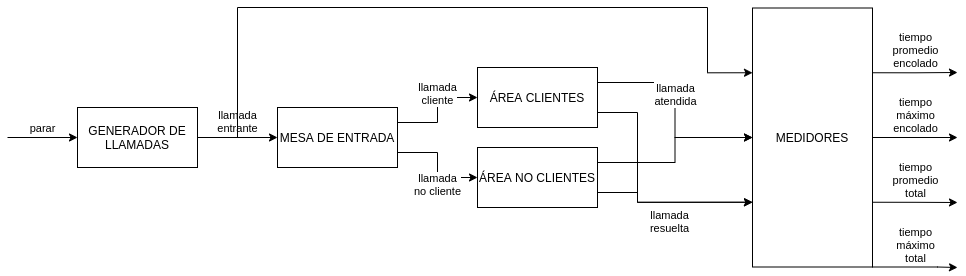
Above: imgs/SED2021-TP1-General.png in giselabelen/SED2021 (draw.io), before the change. Source tidied: cells renumbered, new cells last; positions are measured from the earlier drawing's top-left corner, leaving out a move shared by most shapes. Its diagram source:
```xml
<mxGraphModel>
  <root>
    <mxCell id="0" />
    <mxCell id="1" parent="0" />
    <mxCell id="2" value="llamada&lt;br&gt;entrante" style="edgeStyle=orthogonalEdgeStyle;rounded=0;jettySize=auto;html=1;verticalAlign=bottom;" parent="1" edge="1" source="4" target="8">
      <mxGeometry relative="1" as="geometry" />
    </mxCell>
    <mxCell id="3" style="edgeStyle=orthogonalEdgeStyle;rounded=0;jettySize=auto;html=1;exitX=1;exitY=0.5;exitDx=0;exitDy=0;verticalAlign=top;entryX=0;entryY=0.25;entryDx=0;entryDy=0;" parent="1" edge="1" source="4" target="19">
      <mxGeometry relative="1" as="geometry">
        <Array as="points">
          <mxPoint x="230" y="130" />
          <mxPoint x="230" />
          <mxPoint x="700" />
          <mxPoint x="700" y="65" />
        </Array>
      </mxGeometry>
    </mxCell>
    <mxCell id="4" value="GENERADOR DE LLAMADAS" style="rounded=0;whiteSpace=wrap;html=1;" parent="1" vertex="1">
      <mxGeometry x="70" y="100" width="120" height="60" as="geometry" />
    </mxCell>
    <mxCell id="5" value="parar" style="endArrow=classic;html=1;entryX=0;entryY=0.5;entryDx=0;entryDy=0;verticalAlign=bottom;" parent="1" edge="1" target="4">
      <mxGeometry relative="1" as="geometry">
        <mxPoint y="130" as="sourcePoint" />
      </mxGeometry>
    </mxCell>
    <mxCell id="6" value="llamada&lt;br&gt;cliente" style="edgeStyle=orthogonalEdgeStyle;rounded=0;jettySize=auto;html=1;exitX=1;exitY=0.25;exitDx=0;exitDy=0;verticalAlign=bottom;" parent="1" edge="1" source="8" target="11">
      <mxGeometry relative="1" as="geometry" />
    </mxCell>
    <mxCell id="7" value="llamada&lt;br&gt;no cliente" style="edgeStyle=orthogonalEdgeStyle;rounded=0;jettySize=auto;html=1;exitX=1;exitY=0.75;exitDx=0;exitDy=0;entryX=0;entryY=0.5;entryDx=0;entryDy=0;verticalAlign=top;" parent="1" edge="1" source="8" target="14">
      <mxGeometry relative="1" as="geometry" />
    </mxCell>
    <mxCell id="8" value="MESA DE ENTRADA" style="rounded=0;whiteSpace=wrap;html=1;" parent="1" vertex="1">
      <mxGeometry x="270" y="100" width="120" height="60" as="geometry" />
    </mxCell>
    <mxCell id="9" value="llamada&lt;br&gt;atendida" style="edgeStyle=orthogonalEdgeStyle;rounded=0;jettySize=auto;html=1;exitX=1;exitY=0.25;exitDx=0;exitDy=0;entryX=0;entryY=0.5;entryDx=0;entryDy=0;verticalAlign=bottom;" parent="1" edge="1" source="11" target="19">
      <mxGeometry relative="1" as="geometry" />
    </mxCell>
    <mxCell id="10" style="edgeStyle=orthogonalEdgeStyle;rounded=0;jettySize=auto;html=1;exitX=1;exitY=0.75;exitDx=0;exitDy=0;entryX=0;entryY=0.75;entryDx=0;entryDy=0;verticalAlign=bottom;" parent="1" edge="1" source="11" target="19">
      <mxGeometry relative="1" as="geometry">
        <Array as="points">
          <mxPoint x="630" y="105" />
          <mxPoint x="630" y="195" />
        </Array>
      </mxGeometry>
    </mxCell>
    <mxCell id="11" value="ÁREA CLIENTES" style="rounded=0;whiteSpace=wrap;html=1;" parent="1" vertex="1">
      <mxGeometry x="470" y="60" width="120" height="60" as="geometry" />
    </mxCell>
    <mxCell id="12" style="edgeStyle=orthogonalEdgeStyle;rounded=0;jettySize=auto;html=1;exitX=1;exitY=0.25;exitDx=0;exitDy=0;verticalAlign=top;entryX=0;entryY=0.5;entryDx=0;entryDy=0;" parent="1" edge="1" source="14" target="19">
      <mxGeometry relative="1" as="geometry" />
    </mxCell>
    <mxCell id="13" value="llamada&lt;br&gt;resuelta" style="edgeStyle=orthogonalEdgeStyle;rounded=0;jettySize=auto;html=1;exitX=1;exitY=0.75;exitDx=0;exitDy=0;entryX=0;entryY=0.75;entryDx=0;entryDy=0;verticalAlign=top;" parent="1" edge="1" source="14" target="19">
      <mxGeometry relative="1" as="geometry">
        <Array as="points">
          <mxPoint x="630" y="185" />
          <mxPoint x="630" y="195" />
        </Array>
      </mxGeometry>
    </mxCell>
    <mxCell id="14" value="ÁREA NO CLIENTES" style="rounded=0;whiteSpace=wrap;html=1;" parent="1" vertex="1">
      <mxGeometry x="470" y="140" width="120" height="60" as="geometry" />
    </mxCell>
    <mxCell id="15" value="tiempo&lt;br&gt;promedio&lt;br&gt;encolado" style="edgeStyle=orthogonalEdgeStyle;rounded=0;jettySize=auto;html=1;exitX=1;exitY=0.25;exitDx=0;exitDy=0;verticalAlign=bottom;" parent="1" edge="1" source="19">
      <mxGeometry relative="1" as="geometry">
        <mxPoint x="950" y="65" as="targetPoint" />
      </mxGeometry>
    </mxCell>
    <mxCell id="16" value="tiempo&lt;br&gt;máximo&lt;br&gt;encolado" style="edgeStyle=orthogonalEdgeStyle;rounded=0;jettySize=auto;html=1;exitX=1;exitY=0.5;exitDx=0;exitDy=0;verticalAlign=bottom;" parent="1" edge="1" source="19">
      <mxGeometry relative="1" as="geometry">
        <mxPoint x="950" y="130" as="targetPoint" />
      </mxGeometry>
    </mxCell>
    <mxCell id="17" value="tiempo&lt;br&gt;promedio&lt;br&gt;total" style="edgeStyle=orthogonalEdgeStyle;rounded=0;jettySize=auto;html=1;exitX=1;exitY=0.75;exitDx=0;exitDy=0;verticalAlign=bottom;" parent="1" edge="1" source="19">
      <mxGeometry relative="1" as="geometry">
        <mxPoint x="950" y="195" as="targetPoint" />
      </mxGeometry>
    </mxCell>
    <mxCell id="18" value="tiempo&lt;br&gt;máximo&lt;br&gt;total" style="edgeStyle=orthogonalEdgeStyle;rounded=0;jettySize=auto;html=1;exitX=1;exitY=1;exitDx=0;exitDy=0;verticalAlign=bottom;" parent="1" edge="1" source="19">
      <mxGeometry relative="1" as="geometry">
        <mxPoint x="950" y="260" as="targetPoint" />
        <Array as="points">
          <mxPoint x="930" y="260" />
          <mxPoint x="930" y="260" />
        </Array>
      </mxGeometry>
    </mxCell>
    <mxCell id="19" value="MEDIDORES" style="rounded=0;whiteSpace=wrap;html=1;" parent="1" vertex="1">
      <mxGeometry x="745" y="0.5" width="120" height="259" as="geometry" />
    </mxCell>
  </root>
</mxGraphModel>
```
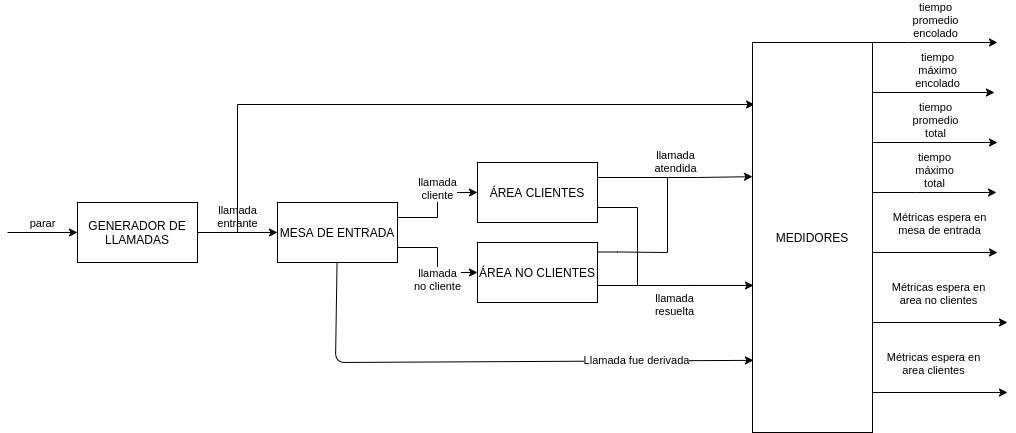
Above is the later version.

The edit, as a diff of the source:
```diff
@@ -5,13 +5,11 @@
     <mxCell id="2" value="llamada&lt;br&gt;entrante" style="edgeStyle=orthogonalEdgeStyle;rounded=0;jettySize=auto;html=1;verticalAlign=bottom;" parent="1" edge="1" source="4" target="8">
       <mxGeometry relative="1" as="geometry" />
     </mxCell>
-    <mxCell id="3" style="edgeStyle=orthogonalEdgeStyle;rounded=0;jettySize=auto;html=1;exitX=1;exitY=0.5;exitDx=0;exitDy=0;verticalAlign=top;entryX=0;entryY=0.25;entryDx=0;entryDy=0;" parent="1" edge="1" source="4" target="19">
+    <mxCell id="3" style="edgeStyle=orthogonalEdgeStyle;rounded=0;jettySize=auto;html=1;exitX=1;exitY=0.5;exitDx=0;exitDy=0;verticalAlign=top;entryX=0.017;entryY=0.159;entryDx=0;entryDy=0;entryPerimeter=0;" parent="1" edge="1" source="4" target="19">
       <mxGeometry relative="1" as="geometry">
         <Array as="points">
           <mxPoint x="230" y="130" />
-          <mxPoint x="230" />
-          <mxPoint x="700" />
-          <mxPoint x="700" y="65" />
+          <mxPoint x="230" y="2" />
         </Array>
       </mxGeometry>
     </mxCell>
@@ -32,60 +30,121 @@
     <mxCell id="8" value="MESA DE ENTRADA" style="rounded=0;whiteSpace=wrap;html=1;" parent="1" vertex="1">
       <mxGeometry x="270" y="100" width="120" height="60" as="geometry" />
     </mxCell>
-    <mxCell id="9" value="llamada&lt;br&gt;atendida" style="edgeStyle=orthogonalEdgeStyle;rounded=0;jettySize=auto;html=1;exitX=1;exitY=0.25;exitDx=0;exitDy=0;entryX=0;entryY=0.5;entryDx=0;entryDy=0;verticalAlign=bottom;" parent="1" edge="1" source="11" target="19">
-      <mxGeometry relative="1" as="geometry" />
+    <mxCell id="9" value="llamada&lt;br&gt;atendida" style="edgeStyle=orthogonalEdgeStyle;rounded=0;jettySize=auto;html=1;exitX=1;exitY=0.25;exitDx=0;exitDy=0;verticalAlign=bottom;entryX=0;entryY=0.344;entryDx=0;entryDy=0;entryPerimeter=0;" parent="1" edge="1" source="11" target="19">
+      <mxGeometry relative="1" as="geometry">
+        <Array as="points">
+          <mxPoint x="690" y="75" />
+        </Array>
+      </mxGeometry>
     </mxCell>
-    <mxCell id="10" style="edgeStyle=orthogonalEdgeStyle;rounded=0;jettySize=auto;html=1;exitX=1;exitY=0.75;exitDx=0;exitDy=0;entryX=0;entryY=0.75;entryDx=0;entryDy=0;verticalAlign=bottom;" parent="1" edge="1" source="11" target="19">
+    <mxCell id="10" style="edgeStyle=orthogonalEdgeStyle;rounded=0;jettySize=auto;html=1;verticalAlign=bottom;endArrow=none;endFill=0;exitX=1;exitY=0.75;exitDx=0;exitDy=0;entryX=0;entryY=0.623;entryDx=0;entryDy=0;entryPerimeter=0;" parent="1" edge="1" source="11" target="19">
       <mxGeometry relative="1" as="geometry">
         <Array as="points">
           <mxPoint x="630" y="105" />
-          <mxPoint x="630" y="195" />
+          <mxPoint x="630" y="183" />
         </Array>
       </mxGeometry>
     </mxCell>
     <mxCell id="11" value="ÁREA CLIENTES" style="rounded=0;whiteSpace=wrap;html=1;" parent="1" vertex="1">
       <mxGeometry x="470" y="60" width="120" height="60" as="geometry" />
     </mxCell>
-    <mxCell id="12" style="edgeStyle=orthogonalEdgeStyle;rounded=0;jettySize=auto;html=1;exitX=1;exitY=0.25;exitDx=0;exitDy=0;verticalAlign=top;entryX=0;entryY=0.5;entryDx=0;entryDy=0;" parent="1" edge="1" source="14" target="19">
-      <mxGeometry relative="1" as="geometry" />
+    <mxCell id="12" style="edgeStyle=orthogonalEdgeStyle;rounded=0;jettySize=auto;html=1;verticalAlign=top;endArrow=none;endFill=0;exitX=1.003;exitY=0.158;exitDx=0;exitDy=0;exitPerimeter=0;" parent="1" edge="1" source="14">
+      <mxGeometry relative="1" as="geometry">
+        <mxPoint x="660" y="75" as="targetPoint" />
+        <Array as="points">
+          <mxPoint x="610" y="150" />
+          <mxPoint x="660" y="150" />
+        </Array>
+      </mxGeometry>
     </mxCell>
-    <mxCell id="13" value="llamada&lt;br&gt;resuelta" style="edgeStyle=orthogonalEdgeStyle;rounded=0;jettySize=auto;html=1;exitX=1;exitY=0.75;exitDx=0;exitDy=0;entryX=0;entryY=0.75;entryDx=0;entryDy=0;verticalAlign=top;" parent="1" edge="1" source="14" target="19">
+    <mxCell id="13" value="llamada&lt;br&gt;resuelta" style="edgeStyle=orthogonalEdgeStyle;rounded=0;jettySize=auto;html=1;exitX=1;exitY=0.75;exitDx=0;exitDy=0;verticalAlign=top;entryX=0.008;entryY=0.623;entryDx=0;entryDy=0;entryPerimeter=0;" parent="1" edge="1" source="14" target="19">
       <mxGeometry relative="1" as="geometry">
         <Array as="points">
-          <mxPoint x="630" y="185" />
-          <mxPoint x="630" y="195" />
+          <mxPoint x="590" y="183" />
         </Array>
       </mxGeometry>
     </mxCell>
     <mxCell id="14" value="ÁREA NO CLIENTES" style="rounded=0;whiteSpace=wrap;html=1;" parent="1" vertex="1">
       <mxGeometry x="470" y="140" width="120" height="60" as="geometry" />
     </mxCell>
-    <mxCell id="15" value="tiempo&lt;br&gt;promedio&lt;br&gt;encolado" style="edgeStyle=orthogonalEdgeStyle;rounded=0;jettySize=auto;html=1;exitX=1;exitY=0.25;exitDx=0;exitDy=0;verticalAlign=bottom;" parent="1" edge="1" source="19">
+    <mxCell id="15" value="tiempo&lt;br&gt;promedio&lt;br&gt;encolado" style="edgeStyle=orthogonalEdgeStyle;rounded=0;jettySize=auto;html=1;exitX=1;exitY=0;exitDx=0;exitDy=0;verticalAlign=bottom;" parent="1" edge="1" source="19">
       <mxGeometry relative="1" as="geometry">
-        <mxPoint x="950" y="65" as="targetPoint" />
+        <mxPoint x="990" y="-60" as="targetPoint" />
+        <Array as="points">
+          <mxPoint x="900" y="-60" />
+          <mxPoint x="900" y="-60" />
+        </Array>
       </mxGeometry>
     </mxCell>
-    <mxCell id="16" value="tiempo&lt;br&gt;máximo&lt;br&gt;encolado" style="edgeStyle=orthogonalEdgeStyle;rounded=0;jettySize=auto;html=1;exitX=1;exitY=0.5;exitDx=0;exitDy=0;verticalAlign=bottom;" parent="1" edge="1" source="19">
-      <mxGeometry relative="1" as="geometry">
-        <mxPoint x="950" y="130" as="targetPoint" />
+    <mxCell id="16" value="tiempo&lt;br&gt;máximo&lt;br&gt;encolado" style="edgeStyle=orthogonalEdgeStyle;rounded=0;orthogonalLoop=1;jettySize=auto;html=1;verticalAlign=bottom;" parent="1" edge="1">
+      <mxGeometry x="0.07" relative="1" as="geometry">
+        <mxPoint x="865" y="-10" as="sourcePoint" />
+        <mxPoint x="987" y="-10" as="targetPoint" />
       </mxGeometry>
     </mxCell>
-    <mxCell id="17" value="tiempo&lt;br&gt;promedio&lt;br&gt;total" style="edgeStyle=orthogonalEdgeStyle;rounded=0;jettySize=auto;html=1;exitX=1;exitY=0.75;exitDx=0;exitDy=0;verticalAlign=bottom;" parent="1" edge="1" source="19">
+    <mxCell id="17" value="tiempo&lt;br&gt;promedio&lt;br&gt;total" style="edgeStyle=orthogonalEdgeStyle;rounded=0;orthogonalLoop=1;jettySize=auto;html=1;verticalAlign=bottom;" parent="1" edge="1">
       <mxGeometry relative="1" as="geometry">
-        <mxPoint x="950" y="195" as="targetPoint" />
+        <mxPoint x="865" y="40" as="sourcePoint" />
+        <mxPoint x="990" y="40" as="targetPoint" />
+        <Array as="points">
+          <mxPoint x="865" y="40" />
+          <mxPoint x="990" y="40" />
+        </Array>
       </mxGeometry>
     </mxCell>
-    <mxCell id="18" value="tiempo&lt;br&gt;máximo&lt;br&gt;total" style="edgeStyle=orthogonalEdgeStyle;rounded=0;jettySize=auto;html=1;exitX=1;exitY=1;exitDx=0;exitDy=0;verticalAlign=bottom;" parent="1" edge="1" source="19">
+    <mxCell id="18" value="tiempo&lt;br&gt;máximo&lt;br&gt;total" style="edgeStyle=orthogonalEdgeStyle;rounded=0;orthogonalLoop=1;jettySize=auto;html=1;verticalAlign=bottom;" parent="1" edge="1">
       <mxGeometry relative="1" as="geometry">
-        <mxPoint x="950" y="260" as="targetPoint" />
+        <mxPoint x="865" y="90" as="sourcePoint" />
+        <mxPoint x="989" y="90" as="targetPoint" />
         <Array as="points">
-          <mxPoint x="930" y="260" />
-          <mxPoint x="930" y="260" />
+          <mxPoint x="909" y="90" />
+          <mxPoint x="909" y="90" />
         </Array>
       </mxGeometry>
     </mxCell>
     <mxCell id="19" value="MEDIDORES" style="rounded=0;whiteSpace=wrap;html=1;" parent="1" vertex="1">
-      <mxGeometry x="745" y="0.5" width="120" height="259" as="geometry" />
+      <mxGeometry x="745" y="-60" width="120" height="390" as="geometry" />
     </mxCell>
+    <mxCell id="20" style="endArrow=classic;html=1;entryX=0.008;entryY=0.815;entryDx=0;entryDy=0;entryPerimeter=0;" parent="1" edge="1" source="8" target="19">
+      <mxGeometry relative="1" as="geometry">
+        <Array as="points">
+          <mxPoint x="328" y="260" />
+        </Array>
+      </mxGeometry>
+    </mxCell>
+    <mxCell id="21" value="&lt;div&gt;Llamada fue derivada&lt;br&gt;&lt;/div&gt;" style="edgeLabel;html=1;align=center;verticalAlign=middle;" parent="20" vertex="1">
+      <mxGeometry x="0.55" y="1" relative="1" as="geometry" />
+    </mxCell>
+    <mxCell id="22" style="endArrow=classic;html=1;" parent="1" edge="1">
+      <mxGeometry relative="1" as="geometry">
+        <mxPoint x="865" y="150" as="sourcePoint" />
+        <mxPoint x="990" y="150" as="targetPoint" />
+      </mxGeometry>
+    </mxCell>
+    <mxCell id="23" value="Métricas espera en&lt;br&gt;&lt;div&gt;mesa de entrada&lt;br&gt;&lt;/div&gt;" style="edgeLabel;html=1;align=center;verticalAlign=middle;" parent="22" vertex="1">
+      <mxGeometry x="0.16" y="-3" relative="1" as="geometry">
+        <mxPoint x="-7" y="-33" as="offset" />
+      </mxGeometry>
+    </mxCell>
+    <mxCell id="24" style="endArrow=classic;html=1;" parent="1" edge="1">
+      <mxGeometry relative="1" as="geometry">
+        <mxPoint x="865" y="220" as="sourcePoint" />
+        <mxPoint x="1000" y="220" as="targetPoint" />
+      </mxGeometry>
+    </mxCell>
+    <mxCell id="25" style="endArrow=classic;html=1;" parent="1" edge="1">
+      <mxGeometry relative="1" as="geometry">
+        <mxPoint x="865" y="290" as="sourcePoint" />
+        <mxPoint x="1000" y="290" as="targetPoint" />
+      </mxGeometry>
+    </mxCell>
+    <mxCell id="26" value="&lt;div&gt;Métricas espera en&lt;br&gt;&lt;/div&gt;&lt;div&gt;area clientes&lt;br&gt;&lt;/div&gt;" style="edgeLabel;html=1;align=center;verticalAlign=middle;" parent="25" vertex="1">
+      <mxGeometry x="0.16" y="-3" relative="1" as="geometry">
+        <mxPoint x="-19" y="-33" as="offset" />
+      </mxGeometry>
+    </mxCell>
+    <mxCell id="27" value="&lt;div&gt;Métricas espera en&lt;br&gt;&lt;/div&gt;&lt;div&gt;area no clientes&lt;br&gt;&lt;/div&gt;" style="edgeLabel;html=1;align=center;verticalAlign=middle;" parent="1" vertex="1">
+      <mxGeometry x="930" y="190" as="geometry" />
+    </mxCell>
   </root>
 </mxGraphModel>
```
